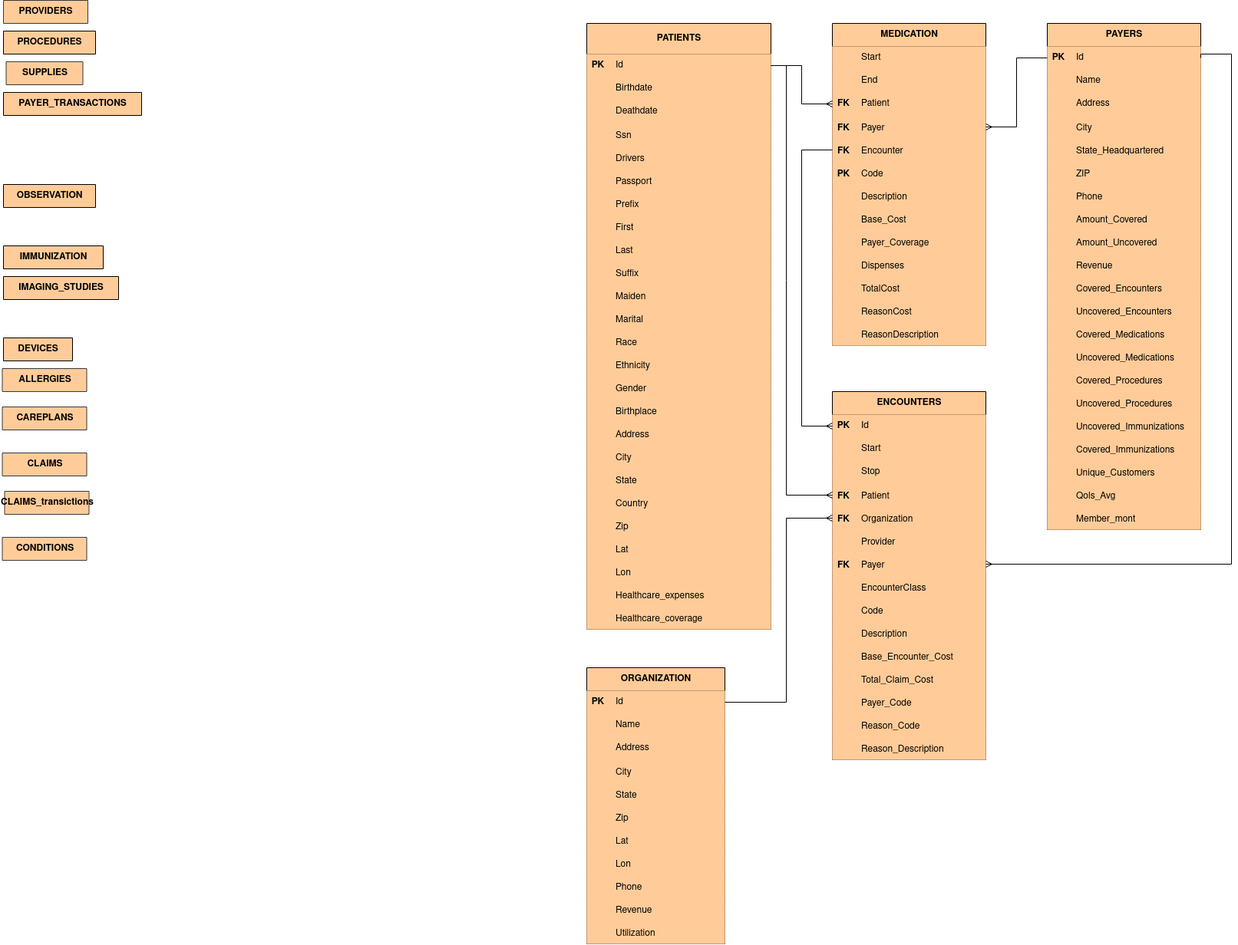
Before: BigDataProject.drawio.png, a diagram exported from draw.io (UtsuroNoArashi/BigDataProject). Source tidied: cells renumbered, new cells last; positions are measured from the earlier drawing's top-left corner, leaving out a move shared by most shapes.
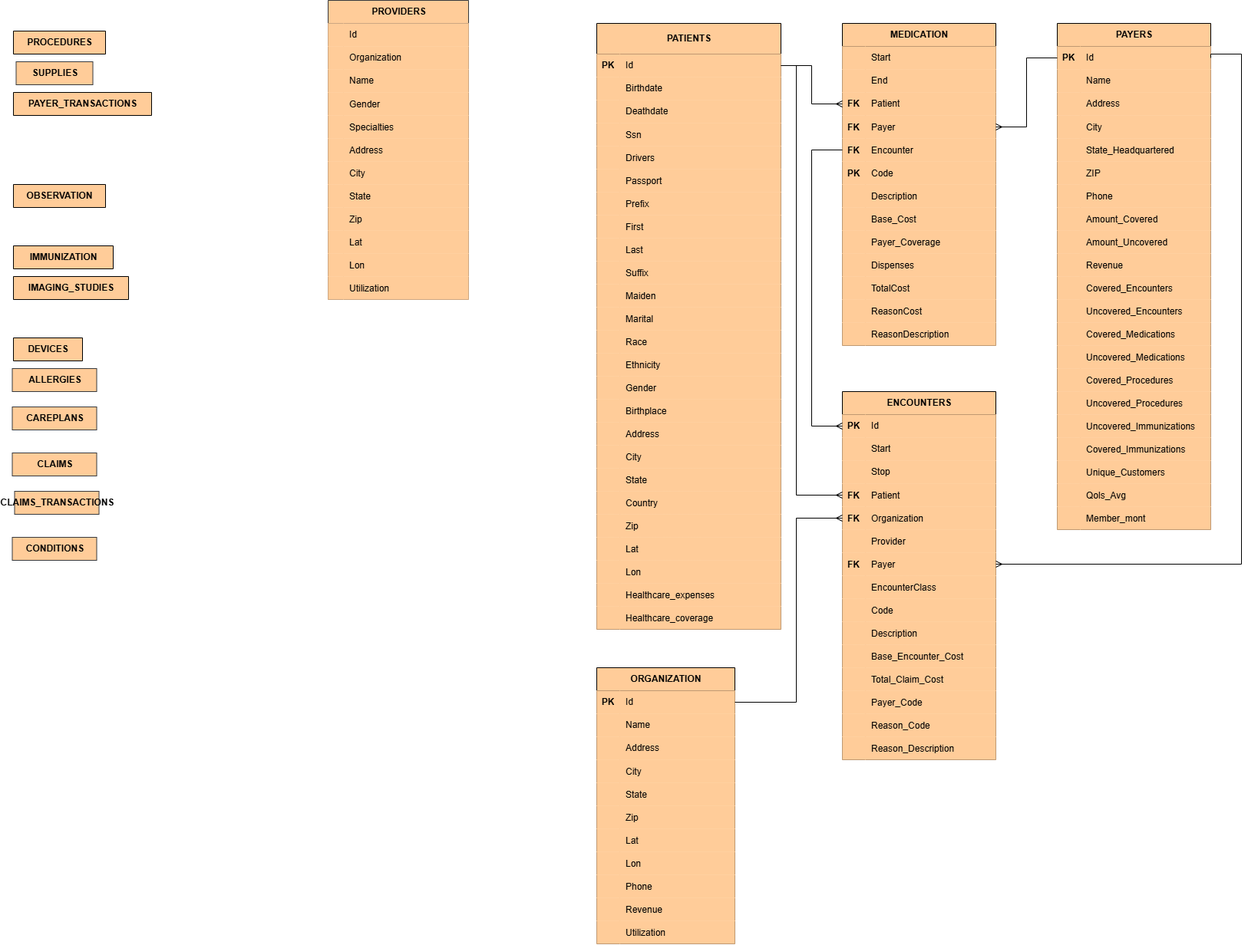
The same diagram one commit later.

Change to the diagram source:
```diff
@@ -5,9 +5,117 @@
     <mxCell id="2" value="SUPPLIES" style="shape=table;startSize=30;rowLines=0;fontStyle=1;align=center;html=1;fillColor=light-dark(#FFCC99,#B98351);strokeColor=light-dark(#36393D,#DDE2E4);fontColor=light-dark(#000000,#000000);" parent="1" vertex="1" collapsed="1">
       <mxGeometry x="5.5" y="80" width="100" height="30" as="geometry" />
     </mxCell>
-    <mxCell id="3" value="PROVIDERS" style="shape=table;startSize=30;rowLines=0;fontStyle=1;align=center;html=1;fillColor=light-dark(#FFCC99,#B98351);strokeColor=light-dark(#36393D,#DDE2E4);fontColor=light-dark(#000000,#000000);" parent="1" vertex="1" collapsed="1">
-      <mxGeometry x="2" width="110" height="30" as="geometry" />
+    <mxCell id="3" value="PROVIDERS" style="shape=table;startSize=30;rowLines=0;fontStyle=1;align=center;html=1;fillColor=light-dark(#FFCC99,#B98351);strokeColor=light-dark(#36393D,#DDE2E4);fontColor=light-dark(#000000,#000000);" parent="1" vertex="1">
+      <mxGeometry x="412" width="183" height="390" as="geometry" />
     </mxCell>
+    <mxCell id="281" style="shape=tableRow;horizontal=0;startSize=0;swimlaneHead=0;swimlaneBody=0;fillColor=light-dark(#FFCC99,#B98351);top=0;left=0;right=0;bottom=0;strokeColor=light-dark(#36393D,#DDE2E4);fontColor=light-dark(#000000,#000000);" parent="3" vertex="1">
+      <mxGeometry y="30" width="183" height="30" as="geometry" />
+    </mxCell>
+    <mxCell id="282" style="shape=partialRectangle;fillColor=light-dark(#FFCC99,#B98351);top=0;left=0;bottom=0;right=0;overflow=hidden;whiteSpace=wrap;html=1;strokeColor=light-dark(#36393D,#DDE2E4);fontColor=light-dark(#000000,#000000);" parent="281" vertex="1">
+      <mxGeometry width="20" height="30" as="geometry" />
+    </mxCell>
+    <mxCell id="283" value="Id" style="shape=partialRectangle;fillColor=light-dark(#FFCC99,#B98351);top=0;left=0;bottom=0;right=0;align=left;spacingLeft=6;overflow=hidden;whiteSpace=wrap;html=1;strokeColor=default;fontColor=light-dark(#000000,#000000);" parent="281" vertex="1">
+      <mxGeometry x="20" width="163" height="30" as="geometry" />
+    </mxCell>
+    <mxCell id="284" style="shape=tableRow;horizontal=0;startSize=0;swimlaneHead=0;swimlaneBody=0;fillColor=light-dark(#FFCC99,#B98351);top=0;left=0;right=0;bottom=0;strokeColor=light-dark(#36393D,#DDE2E4);fontColor=light-dark(#000000,#000000);" parent="3" vertex="1">
+      <mxGeometry y="60" width="183" height="30" as="geometry" />
+    </mxCell>
+    <mxCell id="285" style="shape=partialRectangle;fillColor=light-dark(#FFCC99,#B98351);top=0;left=0;bottom=0;right=0;overflow=hidden;whiteSpace=wrap;html=1;strokeColor=light-dark(#36393D,#DDE2E4);fontColor=light-dark(#000000,#000000);" parent="284" vertex="1">
+      <mxGeometry width="20" height="30" as="geometry" />
+    </mxCell>
+    <mxCell id="286" value="Organization" style="shape=partialRectangle;fillColor=light-dark(#FFCC99,#B98351);top=0;left=0;bottom=0;right=0;align=left;spacingLeft=6;overflow=hidden;whiteSpace=wrap;html=1;strokeColor=default;fontColor=light-dark(#000000,#000000);" parent="284" vertex="1">
+      <mxGeometry x="20" width="163" height="30" as="geometry" />
+    </mxCell>
+    <mxCell id="287" style="shape=tableRow;horizontal=0;startSize=0;swimlaneHead=0;swimlaneBody=0;fillColor=light-dark(#FFCC99,#B98351);top=0;left=0;right=0;bottom=0;strokeColor=light-dark(#36393D,#DDE2E4);fontColor=light-dark(#000000,#000000);" parent="3" vertex="1">
+      <mxGeometry y="90" width="183" height="30" as="geometry" />
+    </mxCell>
+    <mxCell id="288" style="shape=partialRectangle;fillColor=light-dark(#FFCC99,#B98351);top=0;left=0;bottom=0;right=0;overflow=hidden;whiteSpace=wrap;html=1;strokeColor=light-dark(#36393D,#DDE2E4);fontColor=light-dark(#000000,#000000);" parent="287" vertex="1">
+      <mxGeometry width="20" height="30" as="geometry" />
+    </mxCell>
+    <mxCell id="289" value="Name" style="shape=partialRectangle;fillColor=light-dark(#FFCC99,#B98351);top=0;left=0;bottom=0;right=0;align=left;spacingLeft=6;overflow=hidden;whiteSpace=wrap;html=1;strokeColor=default;fontColor=light-dark(#000000,#000000);" parent="287" vertex="1">
+      <mxGeometry x="20" width="163" height="30" as="geometry" />
+    </mxCell>
+    <mxCell id="290" style="shape=tableRow;horizontal=0;startSize=0;swimlaneHead=0;swimlaneBody=0;fillColor=light-dark(#FFCC99,#B98351);top=0;left=0;right=0;bottom=0;strokeColor=light-dark(#36393D,#DDE2E4);fontColor=light-dark(#000000,#000000);" parent="3" vertex="1">
+      <mxGeometry y="120" width="183" height="30" as="geometry" />
+    </mxCell>
+    <mxCell id="291" style="shape=partialRectangle;fillColor=light-dark(#FFCC99,#B98351);top=0;left=0;bottom=0;right=0;overflow=hidden;strokeColor=light-dark(#36393D,#DDE2E4);fontColor=light-dark(#000000,#000000);" parent="290" vertex="1">
+      <mxGeometry width="20" height="30" as="geometry" />
+    </mxCell>
+    <mxCell id="292" value="Gender" style="shape=partialRectangle;fillColor=light-dark(#FFCC99,#B98351);top=0;left=0;bottom=0;right=0;align=left;spacingLeft=6;overflow=hidden;strokeColor=default;fontColor=light-dark(#000000,#000000);" parent="290" vertex="1">
+      <mxGeometry x="20" width="163" height="30" as="geometry" />
+    </mxCell>
+    <mxCell id="293" style="shape=tableRow;horizontal=0;startSize=0;swimlaneHead=0;swimlaneBody=0;fillColor=light-dark(#FFCC99,#B98351);top=0;left=0;right=0;bottom=0;strokeColor=light-dark(#36393D,#DDE2E4);fontColor=light-dark(#000000,#000000);" parent="3" vertex="1">
+      <mxGeometry y="150" width="183" height="30" as="geometry" />
+    </mxCell>
+    <mxCell id="294" style="shape=partialRectangle;fillColor=light-dark(#FFCC99,#B98351);top=0;left=0;bottom=0;right=0;overflow=hidden;strokeColor=light-dark(#36393D,#DDE2E4);fontColor=light-dark(#000000,#000000);" parent="293" vertex="1">
+      <mxGeometry width="20" height="30" as="geometry" />
+    </mxCell>
+    <mxCell id="295" value="Specialties    " style="shape=partialRectangle;fillColor=light-dark(#FFCC99,#B98351);top=0;left=0;bottom=0;right=0;align=left;spacingLeft=6;overflow=hidden;strokeColor=default;fontColor=light-dark(#000000,#000000);" parent="293" vertex="1">
+      <mxGeometry x="20" width="163" height="30" as="geometry" />
+    </mxCell>
+    <mxCell id="296" style="shape=tableRow;horizontal=0;startSize=0;swimlaneHead=0;swimlaneBody=0;fillColor=light-dark(#FFCC99,#B98351);top=0;left=0;right=0;bottom=0;strokeColor=light-dark(#36393D,#DDE2E4);fontColor=light-dark(#000000,#000000);" parent="3" vertex="1">
+      <mxGeometry y="180" width="183" height="30" as="geometry" />
+    </mxCell>
+    <mxCell id="297" style="shape=partialRectangle;fillColor=light-dark(#FFCC99,#B98351);top=0;left=0;bottom=0;right=0;overflow=hidden;strokeColor=light-dark(#36393D,#DDE2E4);fontColor=light-dark(#000000,#000000);" parent="296" vertex="1">
+      <mxGeometry width="20" height="30" as="geometry" />
+    </mxCell>
+    <mxCell id="298" value="Address" style="shape=partialRectangle;fillColor=light-dark(#FFCC99,#B98351);top=0;left=0;bottom=0;right=0;align=left;spacingLeft=6;overflow=hidden;strokeColor=default;fontColor=light-dark(#000000,#000000);" parent="296" vertex="1">
+      <mxGeometry x="20" width="163" height="30" as="geometry" />
+    </mxCell>
+    <mxCell id="299" style="shape=tableRow;horizontal=0;startSize=0;swimlaneHead=0;swimlaneBody=0;fillColor=light-dark(#FFCC99,#B98351);top=0;left=0;right=0;bottom=0;fontColor=light-dark(#000000,#000000);" parent="3" vertex="1">
+      <mxGeometry y="210" width="183" height="30" as="geometry" />
+    </mxCell>
+    <mxCell id="300" value="    " style="shape=partialRectangle;fillColor=light-dark(#FFCC99,#B98351);top=0;left=0;bottom=0;right=0;overflow=hidden;fontColor=light-dark(#000000,#000000);" parent="299" vertex="1">
+      <mxGeometry width="20" height="30" as="geometry" />
+    </mxCell>
+    <mxCell id="301" value="City" style="shape=partialRectangle;fillColor=light-dark(#FFCC99,#B98351);top=0;left=0;bottom=0;right=0;align=left;spacingLeft=6;overflow=hidden;fontColor=light-dark(#000000,#000000);" parent="299" vertex="1">
+      <mxGeometry x="20" width="163" height="30" as="geometry" />
+    </mxCell>
+    <mxCell id="302" style="shape=tableRow;horizontal=0;startSize=0;swimlaneHead=0;swimlaneBody=0;fillColor=light-dark(#FFCC99,#B98351);top=0;left=0;right=0;bottom=0;fontColor=light-dark(#000000,#000000);" parent="3" vertex="1">
+      <mxGeometry y="240" width="183" height="30" as="geometry" />
+    </mxCell>
+    <mxCell id="303" style="shape=partialRectangle;fillColor=light-dark(#FFCC99,#B98351);top=0;left=0;bottom=0;right=0;overflow=hidden;fontColor=light-dark(#000000,#000000);" parent="302" vertex="1">
+      <mxGeometry width="20" height="30" as="geometry" />
+    </mxCell>
+    <mxCell id="304" value="State" style="shape=partialRectangle;fillColor=light-dark(#FFCC99,#B98351);top=0;left=0;bottom=0;right=0;align=left;spacingLeft=6;overflow=hidden;fontColor=light-dark(#000000,#000000);" parent="302" vertex="1">
+      <mxGeometry x="20" width="163" height="30" as="geometry" />
+    </mxCell>
+    <mxCell id="305" style="shape=tableRow;horizontal=0;startSize=0;swimlaneHead=0;swimlaneBody=0;fillColor=light-dark(#FFCC99,#B98351);top=0;left=0;right=0;bottom=0;fontColor=light-dark(#000000,#000000);" parent="3" vertex="1">
+      <mxGeometry y="270" width="183" height="30" as="geometry" />
+    </mxCell>
+    <mxCell id="306" style="shape=partialRectangle;fillColor=light-dark(#FFCC99,#B98351);top=0;left=0;bottom=0;right=0;overflow=hidden;fontColor=light-dark(#000000,#000000);" parent="305" vertex="1">
+      <mxGeometry width="20" height="30" as="geometry" />
+    </mxCell>
+    <mxCell id="307" value="Zip" style="shape=partialRectangle;fillColor=light-dark(#FFCC99,#B98351);top=0;left=0;bottom=0;right=0;align=left;spacingLeft=6;overflow=hidden;fontColor=light-dark(#000000,#000000);" parent="305" vertex="1">
+      <mxGeometry x="20" width="163" height="30" as="geometry" />
+    </mxCell>
+    <mxCell id="308" style="shape=tableRow;horizontal=0;startSize=0;swimlaneHead=0;swimlaneBody=0;fillColor=light-dark(#FFCC99,#B98351);top=0;left=0;right=0;bottom=0;fontColor=light-dark(#000000,#000000);" parent="3" vertex="1">
+      <mxGeometry y="300" width="183" height="30" as="geometry" />
+    </mxCell>
+    <mxCell id="309" style="shape=partialRectangle;fillColor=light-dark(#FFCC99,#B98351);top=0;left=0;bottom=0;right=0;overflow=hidden;fontColor=light-dark(#000000,#000000);" parent="308" vertex="1">
+      <mxGeometry width="20" height="30" as="geometry" />
+    </mxCell>
+    <mxCell id="310" value="Lat" style="shape=partialRectangle;fillColor=light-dark(#FFCC99,#B98351);top=0;left=0;bottom=0;right=0;align=left;spacingLeft=6;overflow=hidden;fontColor=light-dark(#000000,#000000);" parent="308" vertex="1">
+      <mxGeometry x="20" width="163" height="30" as="geometry" />
+    </mxCell>
+    <mxCell id="311" style="shape=tableRow;horizontal=0;startSize=0;swimlaneHead=0;swimlaneBody=0;fillColor=light-dark(#FFCC99,#B98351);top=0;left=0;right=0;bottom=0;fontColor=light-dark(#000000,#000000);" parent="3" vertex="1">
+      <mxGeometry y="330" width="183" height="30" as="geometry" />
+    </mxCell>
+    <mxCell id="312" style="shape=partialRectangle;fillColor=light-dark(#FFCC99,#B98351);top=0;left=0;bottom=0;right=0;overflow=hidden;fontColor=light-dark(#000000,#000000);" parent="311" vertex="1">
+      <mxGeometry width="20" height="30" as="geometry" />
+    </mxCell>
+    <mxCell id="313" value="Lon" style="shape=partialRectangle;fillColor=light-dark(#FFCC99,#B98351);top=0;left=0;bottom=0;right=0;align=left;spacingLeft=6;overflow=hidden;fontColor=light-dark(#000000,#000000);" parent="311" vertex="1">
+      <mxGeometry x="20" width="163" height="30" as="geometry" />
+    </mxCell>
+    <mxCell id="314" style="shape=tableRow;horizontal=0;startSize=0;swimlaneHead=0;swimlaneBody=0;fillColor=light-dark(#FFCC99,#B98351);top=0;left=0;right=0;bottom=0;fontColor=light-dark(#000000,#000000);" parent="3" vertex="1">
+      <mxGeometry y="360" width="183" height="30" as="geometry" />
+    </mxCell>
+    <mxCell id="315" style="shape=partialRectangle;fillColor=light-dark(#FFCC99,#B98351);top=0;left=0;bottom=0;right=0;overflow=hidden;fontColor=light-dark(#000000,#000000);" parent="314" vertex="1">
+      <mxGeometry width="20" height="30" as="geometry" />
+    </mxCell>
+    <mxCell id="316" value="Utilization" style="shape=partialRectangle;fillColor=light-dark(#FFCC99,#B98351);top=0;left=0;bottom=0;right=0;align=left;spacingLeft=6;overflow=hidden;fontColor=light-dark(#000000,#000000);" parent="314" vertex="1">
+      <mxGeometry x="20" width="163" height="30" as="geometry" />
+    </mxCell>
     <mxCell id="4" value="ALLERGIES" style="shape=table;startSize=30;rowLines=0;fontStyle=1;align=center;html=1;fillColor=light-dark(#FFCC99,#B98351);strokeColor=light-dark(#36393D,#DDE2E4);fontColor=light-dark(#000000,#000000);" parent="1" vertex="1" collapsed="1">
       <mxGeometry x="0.5" y="480" width="110" height="30" as="geometry" />
     </mxCell>
@@ -668,7 +776,7 @@
     <mxCell id="223" value="ReasonDescription" style="shape=partialRectangle;fillColor=light-dark(#FFCC99,#B98351);top=0;left=0;bottom=0;right=0;align=left;spacingLeft=6;overflow=hidden;fontColor=light-dark(#000000,#000000);" parent="221" vertex="1">
       <mxGeometry x="30" width="170" height="30" as="geometry" />
     </mxCell>
-    <mxCell id="224" value="CLAIMS_transictions" style="shape=table;startSize=30;rowLines=0;fontStyle=1;align=center;html=1;fillColor=light-dark(#FFCC99,#B98351);strokeColor=light-dark(#36393D,#DDE2E4);fontColor=light-dark(#000000,#000000);" parent="1" vertex="1" collapsed="1">
+    <mxCell id="224" value="CLAIMS_TRANSACTIONS" style="shape=table;startSize=30;rowLines=0;fontStyle=1;align=center;html=1;fillColor=light-dark(#FFCC99,#B98351);strokeColor=light-dark(#36393D,#DDE2E4);fontColor=light-dark(#000000,#000000);" parent="1" vertex="1" collapsed="1">
       <mxGeometry x="3.5" y="640" width="110" height="30" as="geometry" />
     </mxCell>
     <mxCell id="225" value="IMMUNIZATION" style="shape=table;startSize=30;rowLines=0;fontStyle=1;align=center;html=1;fontColor=light-dark(#000000,#000000);fillColor=light-dark(#FFCC99,#B98351);" parent="1" vertex="1" collapsed="1">
```
